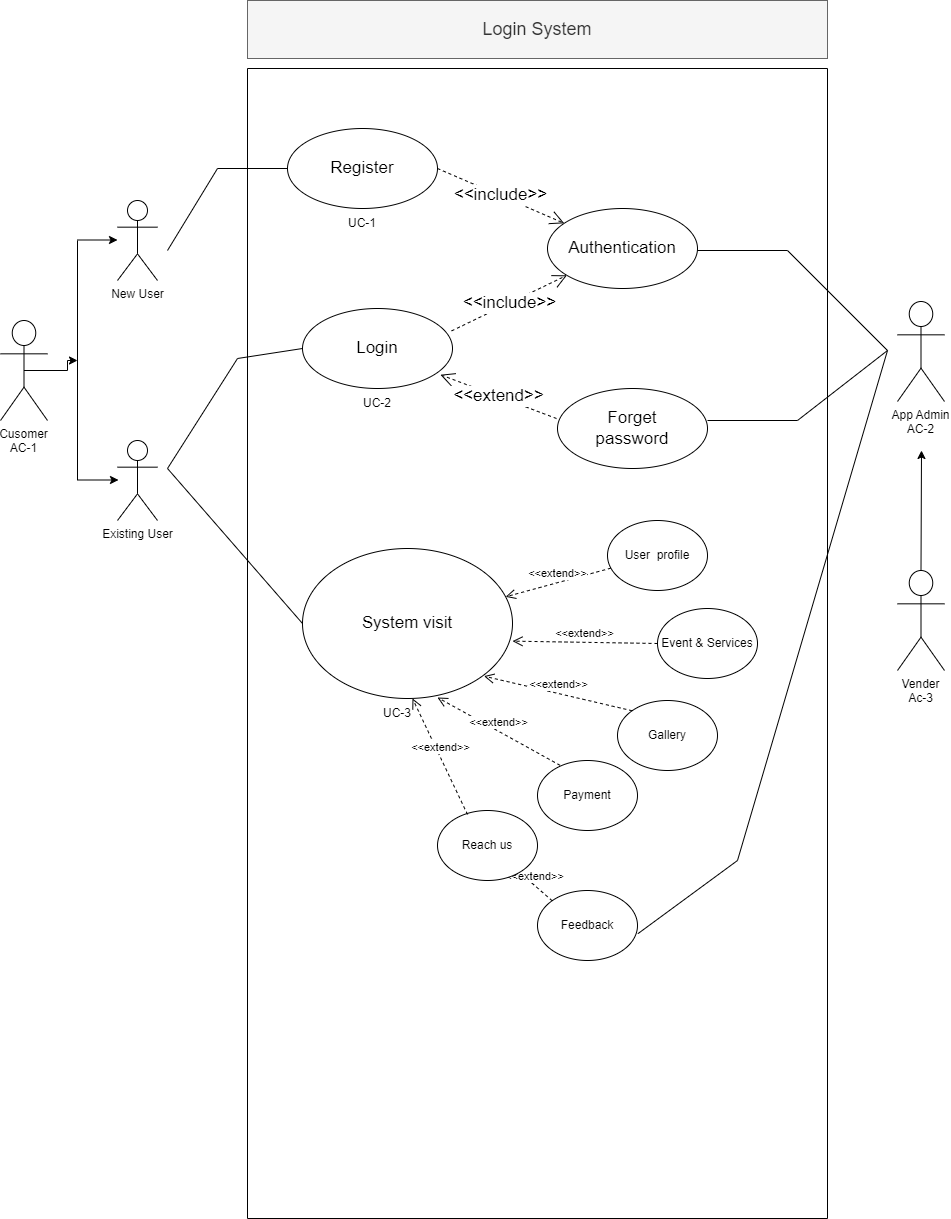
This is Login_form.drawio.png from BhavishyaBhojwani/Event-Management-System, a draw.io export, as it was before one commit. Source tidied: cells renumbered, new cells last; positions are measured from the earlier drawing's top-left corner, leaving out a move shared by most shapes.
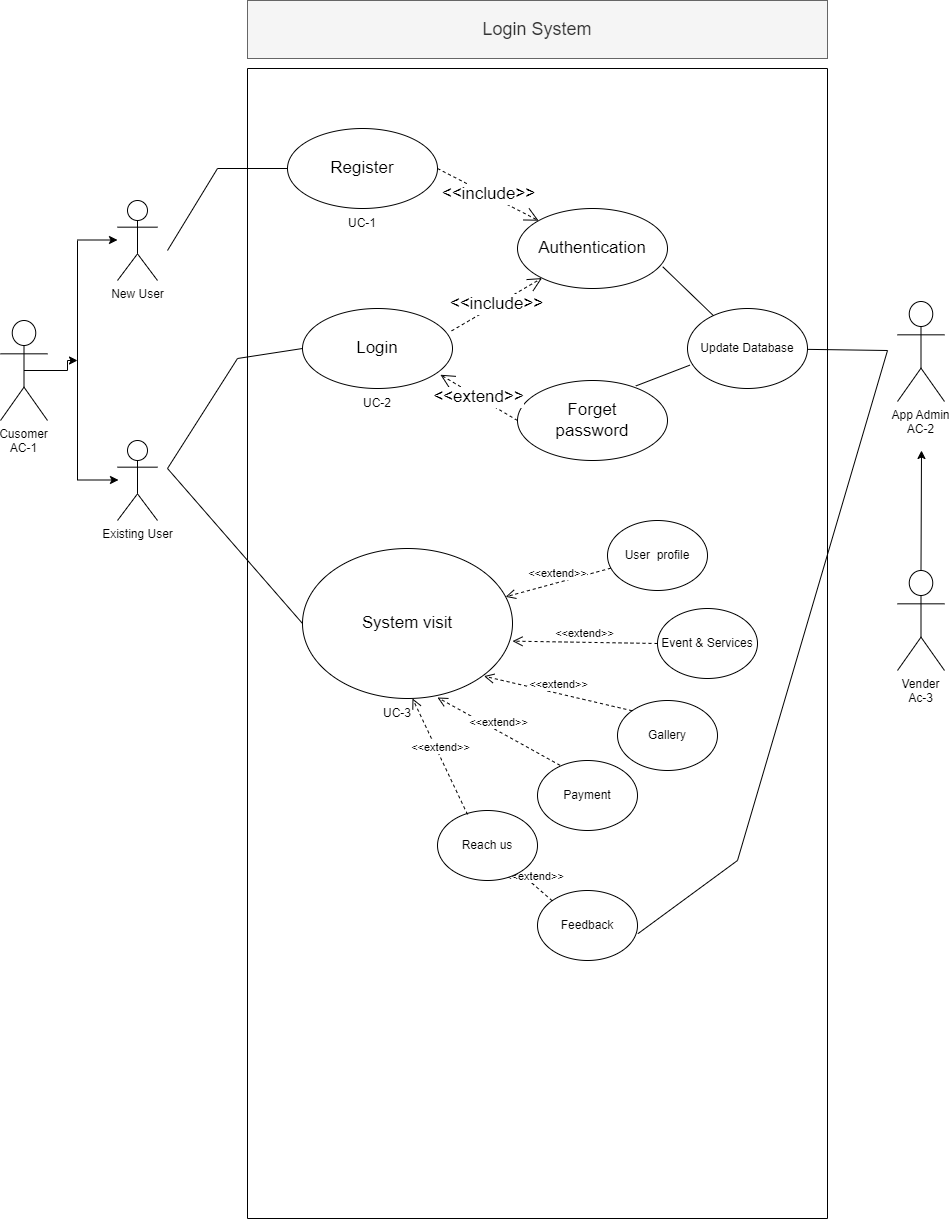
Later version of the same file.

Change to the diagram source:
```diff
@@ -44,10 +44,10 @@
       <mxGeometry x="55" y="240" width="150" height="80" as="geometry" />
     </mxCell>
     <mxCell id="12" value="Authentication" style="ellipse;whiteSpace=wrap;html=1;fontSize=17;" parent="9" vertex="1">
-      <mxGeometry x="300" y="140" width="150" height="80" as="geometry" />
+      <mxGeometry x="270" y="140" width="150" height="80" as="geometry" />
     </mxCell>
     <mxCell id="13" value="Forget&lt;br&gt;password" style="ellipse;whiteSpace=wrap;html=1;fontSize=17;" parent="9" vertex="1">
-      <mxGeometry x="310" y="320" width="150" height="80" as="geometry" />
+      <mxGeometry x="270" y="312" width="150" height="80" as="geometry" />
     </mxCell>
     <mxCell id="14" value="&amp;lt;&amp;lt;include&amp;gt;&amp;gt;" style="endArrow=open;endSize=12;dashed=1;html=1;rounded=0;fontSize=17;exitX=0.994;exitY=0.28;exitDx=0;exitDy=0;exitPerimeter=0;" parent="9" edge="1" source="11" target="12">
       <mxGeometry relative="1" as="geometry" />
@@ -55,9 +55,8 @@
     <mxCell id="15" value="&amp;lt;&amp;lt;include&amp;gt;&amp;gt;" style="endArrow=open;endSize=12;dashed=1;html=1;rounded=0;fontSize=17;exitX=1;exitY=0.5;exitDx=0;exitDy=0;" parent="9" edge="1" source="10" target="12">
       <mxGeometry relative="1" as="geometry" />
     </mxCell>
-    <mxCell id="16" value="&amp;lt;&amp;lt;extend&amp;gt;&amp;gt;" style="endArrow=open;endSize=12;dashed=1;html=1;rounded=0;fontSize=17;entryX=0.926;entryY=0.828;entryDx=0;entryDy=0;entryPerimeter=0;" parent="9" edge="1">
+    <mxCell id="16" value="&amp;lt;&amp;lt;extend&amp;gt;&amp;gt;" style="endArrow=open;endSize=12;dashed=1;html=1;rounded=0;fontSize=17;entryX=0.926;entryY=0.828;entryDx=0;entryDy=0;entryPerimeter=0;exitX=0;exitY=0.5;exitDx=0;exitDy=0;" parent="9" edge="1" source="13">
       <mxGeometry relative="1" as="geometry">
-        <mxPoint x="309" y="350" as="sourcePoint" />
         <mxPoint x="192.9" y="306.2" as="targetPoint" />
       </mxGeometry>
     </mxCell>
@@ -126,17 +125,6 @@
         <mxPoint x="270" y="802" as="targetPoint" />
       </mxGeometry>
     </mxCell>
-    <mxCell id="31" style="endArrow=none;html=1;rounded=0;" parent="9" edge="1">
-      <mxGeometry relative="1" as="geometry">
-        <mxPoint x="450" y="182" as="sourcePoint" />
-        <mxPoint x="460" y="352" as="targetPoint" />
-        <Array as="points">
-          <mxPoint x="540" y="182" />
-          <mxPoint x="640" y="282" />
-          <mxPoint x="550" y="352" />
-        </Array>
-      </mxGeometry>
-    </mxCell>
     <mxCell id="32" value="UC-1" style="text;html=1;strokeColor=none;fillColor=none;align=center;verticalAlign=middle;whiteSpace=wrap;rounded=0;" parent="9" vertex="1">
       <mxGeometry x="85" y="140" width="60" height="30" as="geometry" />
     </mxCell>
@@ -152,6 +140,15 @@
     <mxCell id="36" value="&amp;lt;&amp;lt;extend&amp;gt;&amp;gt;" style="html=1;verticalAlign=bottom;endArrow=open;dashed=1;endSize=8;rounded=0;exitX=0.3;exitY=0.057;exitDx=0;exitDy=0;entryX=0.75;entryY=0;entryDx=0;entryDy=0;exitPerimeter=0;" parent="9" edge="1" source="35" target="34">
       <mxGeometry relative="1" as="geometry" />
     </mxCell>
+    <mxCell id="42" value="Update Database" style="ellipse;whiteSpace=wrap;html=1;" parent="9" vertex="1">
+      <mxGeometry x="440" y="240" width="120" height="80" as="geometry" />
+    </mxCell>
+    <mxCell id="43" style="endArrow=none;html=1;rounded=0;entryX=0.02;entryY=0.708;entryDx=0;entryDy=0;entryPerimeter=0;exitX=0.789;exitY=0.068;exitDx=0;exitDy=0;exitPerimeter=0;" parent="9" edge="1" source="13" target="42">
+      <mxGeometry relative="1" as="geometry" />
+    </mxCell>
+    <mxCell id="44" style="endArrow=none;html=1;rounded=0;exitX=0.968;exitY=0.728;exitDx=0;exitDy=0;exitPerimeter=0;" parent="9" edge="1" source="12" target="42">
+      <mxGeometry relative="1" as="geometry" />
+    </mxCell>
     <mxCell id="37" value="App Admin&#10;AC-2" style="shape=umlActor;verticalLabelPosition=bottom;verticalAlign=top;" parent="1" vertex="1">
       <mxGeometry x="897" y="301" width="47" height="100" as="geometry" />
     </mxCell>
@@ -175,5 +172,10 @@
     <mxCell id="41" value="Login System" style="text;html=1;strokeColor=#666666;fillColor=#f5f5f5;align=center;verticalAlign=middle;whiteSpace=wrap;rounded=0;fontSize=18;fontColor=#333333;" parent="1" vertex="1">
       <mxGeometry x="247" width="580" height="58" as="geometry" />
     </mxCell>
+    <mxCell id="45" style="endArrow=none;html=1;rounded=0;" parent="1" edge="1" source="42">
+      <mxGeometry relative="1" as="geometry">
+        <mxPoint x="887" y="350" as="targetPoint" />
+      </mxGeometry>
+    </mxCell>
   </root>
 </mxGraphModel>
```
